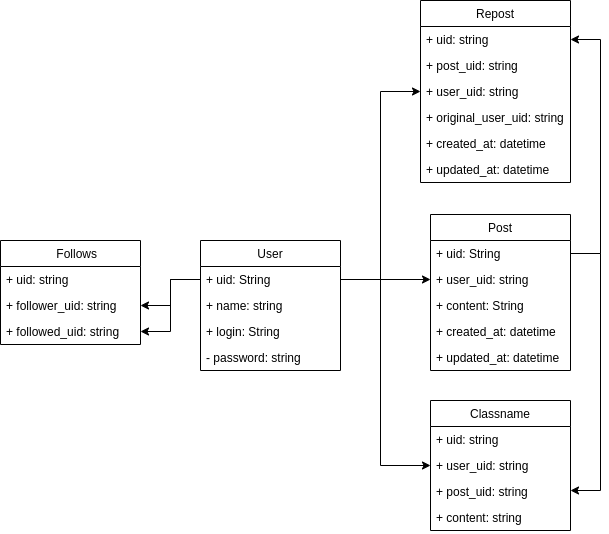
Earlier version of the draw.io export docs/class-document.png (lucca257/desafio-strider). Source tidied: cells renumbered, new cells last; positions are measured from the earlier drawing's top-left corner, leaving out a move shared by most shapes.
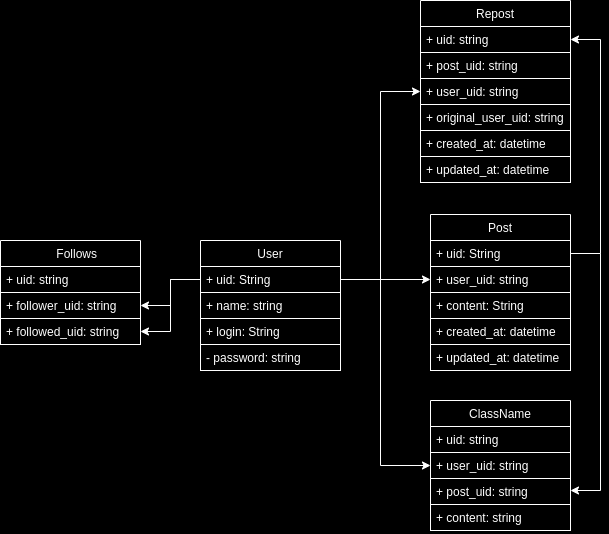
The same diagram one commit later.

Commit message:
feate: class document diagram

The edit, as a diff of the source:
```diff
@@ -1,86 +1,86 @@
-<mxGraphModel>
+<mxGraphModel background="#000000" shadow="1">
   <root>
     <mxCell id="0" />
     <mxCell id="1" parent="0" />
-    <mxCell id="2" value="User" style="swimlane;fontStyle=0;horizontal=1;startSize=26;fillColor=none;" parent="1" vertex="1">
+    <mxCell id="2" value="User" style="swimlane;fontStyle=0;horizontal=1;startSize=26;fillColor=none;strokeColor=#FFFFFF;fontColor=#FFFFFF;" parent="1" vertex="1">
       <mxGeometry x="200" y="240" width="140" height="130" as="geometry" />
     </mxCell>
-    <mxCell id="3" value="+ uid: String " style="text;strokeColor=none;fillColor=none;align=left;verticalAlign=top;spacingLeft=4;spacingRight=4;overflow=hidden;points=[[0,0.5],[1,0.5]];portConstraint=eastwest;" parent="2" vertex="1">
+    <mxCell id="3" value="+ uid: String " style="text;strokeColor=#FFFFFF;fillColor=none;align=left;verticalAlign=top;spacingLeft=4;spacingRight=4;overflow=hidden;points=[[0,0.5],[1,0.5]];portConstraint=eastwest;fontColor=#FFFFFF;" parent="2" vertex="1">
       <mxGeometry y="26" width="140" height="26" as="geometry" />
     </mxCell>
-    <mxCell id="4" value="+ name: string" style="text;strokeColor=none;fillColor=none;align=left;verticalAlign=top;spacingLeft=4;spacingRight=4;overflow=hidden;" parent="2" vertex="1">
+    <mxCell id="4" value="+ name: string" style="text;strokeColor=#FFFFFF;fillColor=none;align=left;verticalAlign=top;spacingLeft=4;spacingRight=4;overflow=hidden;fontColor=#FFFFFF;" parent="2" vertex="1">
       <mxGeometry y="52" width="140" height="26" as="geometry" />
     </mxCell>
-    <mxCell id="5" value="+ login: String" style="text;strokeColor=none;fillColor=none;align=left;verticalAlign=top;spacingLeft=4;spacingRight=4;overflow=hidden;" parent="2" vertex="1">
+    <mxCell id="5" value="+ login: String" style="text;strokeColor=#FFFFFF;fillColor=none;align=left;verticalAlign=top;spacingLeft=4;spacingRight=4;overflow=hidden;fontColor=#FFFFFF;" parent="2" vertex="1">
       <mxGeometry y="78" width="140" height="26" as="geometry" />
     </mxCell>
-    <mxCell id="6" value="- password: string" style="text;strokeColor=none;fillColor=none;align=left;verticalAlign=top;spacingLeft=4;spacingRight=4;overflow=hidden;" parent="2" vertex="1">
+    <mxCell id="6" value="- password: string" style="text;strokeColor=#FFFFFF;fillColor=none;align=left;verticalAlign=top;spacingLeft=4;spacingRight=4;overflow=hidden;fontColor=#FFFFFF;" parent="2" vertex="1">
       <mxGeometry y="104" width="140" height="26" as="geometry" />
     </mxCell>
-    <mxCell id="7" value="Post" style="swimlane;fontStyle=0;horizontal=1;startSize=26;fillColor=none;" parent="1" vertex="1">
+    <mxCell id="7" value="Post" style="swimlane;fontStyle=0;horizontal=1;startSize=26;fillColor=none;strokeColor=#FFFFFF;fontColor=#FFFFFF;" parent="1" vertex="1">
       <mxGeometry x="430" y="214" width="140" height="156" as="geometry" />
     </mxCell>
-    <mxCell id="8" value="+ uid: String " style="text;strokeColor=none;fillColor=none;align=left;verticalAlign=top;spacingLeft=4;spacingRight=4;overflow=hidden;points=[[0,0.5],[1,0.5]];portConstraint=eastwest;" parent="7" vertex="1">
+    <mxCell id="8" value="+ uid: String " style="text;strokeColor=#FFFFFF;fillColor=none;align=left;verticalAlign=top;spacingLeft=4;spacingRight=4;overflow=hidden;points=[[0,0.5],[1,0.5]];portConstraint=eastwest;fontColor=#FFFFFF;" parent="7" vertex="1">
       <mxGeometry y="26" width="140" height="26" as="geometry" />
     </mxCell>
-    <mxCell id="9" value="+ user_uid: string" style="text;strokeColor=none;fillColor=none;align=left;verticalAlign=top;spacingLeft=4;spacingRight=4;overflow=hidden;points=[[0,0.5],[1,0.5]];portConstraint=eastwest;" parent="7" vertex="1">
+    <mxCell id="9" value="+ user_uid: string" style="text;strokeColor=#FFFFFF;fillColor=none;align=left;verticalAlign=top;spacingLeft=4;spacingRight=4;overflow=hidden;points=[[0,0.5],[1,0.5]];portConstraint=eastwest;fontColor=#FFFFFF;" parent="7" vertex="1">
       <mxGeometry y="52" width="140" height="26" as="geometry" />
     </mxCell>
-    <mxCell id="10" value="+ content: String" style="text;strokeColor=none;fillColor=none;align=left;verticalAlign=top;spacingLeft=4;spacingRight=4;overflow=hidden;" parent="7" vertex="1">
+    <mxCell id="10" value="+ content: String" style="text;strokeColor=#FFFFFF;fillColor=none;align=left;verticalAlign=top;spacingLeft=4;spacingRight=4;overflow=hidden;fontColor=#FFFFFF;" parent="7" vertex="1">
       <mxGeometry y="78" width="140" height="26" as="geometry" />
     </mxCell>
-    <mxCell id="11" value="+ created_at: datetime " style="text;strokeColor=none;fillColor=none;align=left;verticalAlign=top;spacingLeft=4;spacingRight=4;overflow=hidden;" parent="7" vertex="1">
+    <mxCell id="11" value="+ created_at: datetime " style="text;strokeColor=#FFFFFF;fillColor=none;align=left;verticalAlign=top;spacingLeft=4;spacingRight=4;overflow=hidden;fontColor=#FFFFFF;" parent="7" vertex="1">
       <mxGeometry y="104" width="140" height="26" as="geometry" />
     </mxCell>
-    <mxCell id="12" value="+ updated_at: datetime " style="text;strokeColor=none;fillColor=none;align=left;verticalAlign=top;spacingLeft=4;spacingRight=4;overflow=hidden;" parent="7" vertex="1">
+    <mxCell id="12" value="+ updated_at: datetime " style="text;strokeColor=#FFFFFF;fillColor=none;align=left;verticalAlign=top;spacingLeft=4;spacingRight=4;overflow=hidden;fontColor=#FFFFFF;" parent="7" vertex="1">
       <mxGeometry y="130" width="140" height="26" as="geometry" />
     </mxCell>
-    <mxCell id="13" style="edgeStyle=orthogonalEdgeStyle;rounded=0;jettySize=auto;html=1;strokeWidth=1;" parent="1" edge="1" source="3" target="9">
+    <mxCell id="13" style="edgeStyle=orthogonalEdgeStyle;rounded=0;jettySize=auto;html=1;strokeWidth=1;strokeColor=#FFFFFF;fontColor=#FFFFFF;" parent="1" edge="1" source="3" target="9">
       <mxGeometry relative="1" as="geometry" />
     </mxCell>
-    <mxCell id="14" value="    Follows" style="swimlane;fontStyle=0;horizontal=1;startSize=26;fillColor=none;strokeColor=default;" parent="1" vertex="1">
+    <mxCell id="14" value="    Follows" style="swimlane;fontStyle=0;horizontal=1;startSize=26;fillColor=none;strokeColor=#FFFFFF;fontColor=#FFFFFF;" parent="1" vertex="1">
       <mxGeometry y="240" width="140" height="104" as="geometry" />
     </mxCell>
-    <mxCell id="15" value="+ uid: string" style="text;strokeColor=none;fillColor=none;align=left;verticalAlign=top;spacingLeft=4;spacingRight=4;overflow=hidden;" parent="14" vertex="1">
+    <mxCell id="15" value="+ uid: string" style="text;strokeColor=#FFFFFF;fillColor=none;align=left;verticalAlign=top;spacingLeft=4;spacingRight=4;overflow=hidden;fontColor=#FFFFFF;" parent="14" vertex="1">
       <mxGeometry y="26" width="140" height="26" as="geometry" />
     </mxCell>
-    <mxCell id="16" value="+ follower_uid: string" style="text;strokeColor=none;fillColor=none;align=left;verticalAlign=top;spacingLeft=4;spacingRight=4;overflow=hidden;points=[[0,0.5],[1,0.5]];portConstraint=eastwest;" parent="14" vertex="1">
+    <mxCell id="16" value="+ follower_uid: string" style="text;strokeColor=#FFFFFF;fillColor=none;align=left;verticalAlign=top;spacingLeft=4;spacingRight=4;overflow=hidden;points=[[0,0.5],[1,0.5]];portConstraint=eastwest;fontColor=#FFFFFF;" parent="14" vertex="1">
       <mxGeometry y="52" width="140" height="26" as="geometry" />
     </mxCell>
-    <mxCell id="17" value="+ followed_uid: string" style="text;strokeColor=none;fillColor=none;align=left;verticalAlign=top;spacingLeft=4;spacingRight=4;overflow=hidden;points=[[0,0.5],[1,0.5]];portConstraint=eastwest;" parent="14" vertex="1">
+    <mxCell id="17" value="+ followed_uid: string" style="text;strokeColor=#FFFFFF;fillColor=none;align=left;verticalAlign=top;spacingLeft=4;spacingRight=4;overflow=hidden;points=[[0,0.5],[1,0.5]];portConstraint=eastwest;fontColor=#FFFFFF;" parent="14" vertex="1">
       <mxGeometry y="78" width="140" height="26" as="geometry" />
     </mxCell>
-    <mxCell id="18" style="edgeStyle=orthogonalEdgeStyle;rounded=0;jettySize=auto;html=1;strokeWidth=1;" parent="1" edge="1" source="3" target="16">
+    <mxCell id="18" style="edgeStyle=orthogonalEdgeStyle;rounded=0;jettySize=auto;html=1;strokeWidth=1;strokeColor=#FFFFFF;fontColor=#FFFFFF;" parent="1" edge="1" source="3" target="16">
       <mxGeometry relative="1" as="geometry" />
     </mxCell>
-    <mxCell id="19" style="edgeStyle=orthogonalEdgeStyle;rounded=0;jettySize=auto;html=1;entryX=1;entryY=0.5;entryDx=0;entryDy=0;strokeWidth=1;" parent="1" edge="1" source="3" target="17">
+    <mxCell id="19" style="edgeStyle=orthogonalEdgeStyle;rounded=0;jettySize=auto;html=1;entryX=1;entryY=0.5;entryDx=0;entryDy=0;strokeWidth=1;strokeColor=#FFFFFF;fontColor=#FFFFFF;" parent="1" edge="1" source="3" target="17">
       <mxGeometry relative="1" as="geometry" />
     </mxCell>
-    <mxCell id="20" value="Repost" style="swimlane;fontStyle=0;horizontal=1;startSize=26;fillColor=none;strokeColor=default;" parent="1" vertex="1">
+    <mxCell id="20" value="Repost" style="swimlane;fontStyle=0;horizontal=1;startSize=26;fillColor=none;strokeColor=#FFFFFF;fontColor=#FFFFFF;" parent="1" vertex="1">
       <mxGeometry x="420" width="150" height="182" as="geometry" />
     </mxCell>
-    <mxCell id="21" value="+ uid: string" style="text;strokeColor=none;fillColor=none;align=left;verticalAlign=top;spacingLeft=4;spacingRight=4;overflow=hidden;points=[[0,0.5],[1,0.5]];portConstraint=eastwest;" parent="20" vertex="1">
+    <mxCell id="21" value="+ uid: string" style="text;strokeColor=#FFFFFF;fillColor=none;align=left;verticalAlign=top;spacingLeft=4;spacingRight=4;overflow=hidden;points=[[0,0.5],[1,0.5]];portConstraint=eastwest;fontColor=#FFFFFF;" parent="20" vertex="1">
       <mxGeometry y="26" width="150" height="26" as="geometry" />
     </mxCell>
-    <mxCell id="22" value="+ post_uid: string" style="text;strokeColor=none;fillColor=none;align=left;verticalAlign=top;spacingLeft=4;spacingRight=4;overflow=hidden;" parent="20" vertex="1">
+    <mxCell id="22" value="+ post_uid: string" style="text;strokeColor=#FFFFFF;fillColor=none;align=left;verticalAlign=top;spacingLeft=4;spacingRight=4;overflow=hidden;fontColor=#FFFFFF;" parent="20" vertex="1">
       <mxGeometry y="52" width="150" height="26" as="geometry" />
     </mxCell>
-    <mxCell id="23" value="+ user_uid: string" style="text;strokeColor=none;fillColor=none;align=left;verticalAlign=top;spacingLeft=4;spacingRight=4;overflow=hidden;points=[[0,0.5],[1,0.5]];portConstraint=eastwest;" parent="20" vertex="1">
+    <mxCell id="23" value="+ user_uid: string" style="text;strokeColor=#FFFFFF;fillColor=none;align=left;verticalAlign=top;spacingLeft=4;spacingRight=4;overflow=hidden;points=[[0,0.5],[1,0.5]];portConstraint=eastwest;fontColor=#FFFFFF;" parent="20" vertex="1">
       <mxGeometry y="78" width="150" height="26" as="geometry" />
     </mxCell>
-    <mxCell id="24" value="+ original_user_uid: string" style="text;strokeColor=none;fillColor=none;align=left;verticalAlign=top;spacingLeft=4;spacingRight=4;overflow=hidden;" parent="20" vertex="1">
+    <mxCell id="24" value="+ original_user_uid: string" style="text;strokeColor=#FFFFFF;fillColor=none;align=left;verticalAlign=top;spacingLeft=4;spacingRight=4;overflow=hidden;fontColor=#FFFFFF;" parent="20" vertex="1">
       <mxGeometry y="104" width="150" height="26" as="geometry" />
     </mxCell>
-    <mxCell id="25" value="+ created_at: datetime " style="text;strokeColor=none;fillColor=none;align=left;verticalAlign=top;spacingLeft=4;spacingRight=4;overflow=hidden;" parent="20" vertex="1">
+    <mxCell id="25" value="+ created_at: datetime " style="text;strokeColor=#FFFFFF;fillColor=none;align=left;verticalAlign=top;spacingLeft=4;spacingRight=4;overflow=hidden;fontColor=#FFFFFF;" parent="20" vertex="1">
       <mxGeometry y="130" width="150" height="26" as="geometry" />
     </mxCell>
-    <mxCell id="26" value="+ updated_at: datetime " style="text;strokeColor=none;fillColor=none;align=left;verticalAlign=top;spacingLeft=4;spacingRight=4;overflow=hidden;" parent="20" vertex="1">
+    <mxCell id="26" value="+ updated_at: datetime " style="text;strokeColor=#FFFFFF;fillColor=none;align=left;verticalAlign=top;spacingLeft=4;spacingRight=4;overflow=hidden;fontColor=#FFFFFF;" parent="20" vertex="1">
       <mxGeometry y="156" width="150" height="26" as="geometry" />
     </mxCell>
-    <mxCell id="27" style="edgeStyle=orthogonalEdgeStyle;rounded=0;jettySize=auto;html=1;strokeWidth=1;" parent="1" edge="1" source="3" target="23">
+    <mxCell id="27" style="edgeStyle=orthogonalEdgeStyle;rounded=0;jettySize=auto;html=1;strokeWidth=1;strokeColor=#FFFFFF;fontColor=#FFFFFF;" parent="1" edge="1" source="3" target="23">
       <mxGeometry relative="1" as="geometry" />
     </mxCell>
-    <mxCell id="28" style="edgeStyle=orthogonalEdgeStyle;rounded=0;jettySize=auto;html=1;entryX=1;entryY=0.5;entryDx=0;entryDy=0;strokeWidth=1;" parent="1" edge="1" source="8" target="21">
+    <mxCell id="28" style="edgeStyle=orthogonalEdgeStyle;rounded=0;jettySize=auto;html=1;entryX=1;entryY=0.5;entryDx=0;entryDy=0;strokeWidth=1;strokeColor=#FFFFFF;fontColor=#FFFFFF;" parent="1" edge="1" source="8" target="21">
       <mxGeometry relative="1" as="geometry">
         <Array as="points">
           <mxPoint x="600" y="253" />
@@ -88,22 +88,22 @@
         </Array>
       </mxGeometry>
     </mxCell>
-    <mxCell id="29" value="Classname" style="swimlane;fontStyle=0;horizontal=1;startSize=26;fillColor=none;fontColor=none;strokeColor=default;" parent="1" vertex="1">
+    <mxCell id="29" value="ClassName" style="swimlane;fontStyle=0;horizontal=1;startSize=26;fillColor=none;fontColor=#FFFFFF;strokeColor=#FFFFFF;" parent="1" vertex="1">
       <mxGeometry x="430" y="400" width="140" height="130" as="geometry" />
     </mxCell>
-    <mxCell id="30" value="+ uid: string" style="text;strokeColor=none;fillColor=none;align=left;verticalAlign=top;spacingLeft=4;spacingRight=4;overflow=hidden;" parent="29" vertex="1">
+    <mxCell id="30" value="+ uid: string" style="text;strokeColor=#FFFFFF;fillColor=none;align=left;verticalAlign=top;spacingLeft=4;spacingRight=4;overflow=hidden;fontColor=#FFFFFF;" parent="29" vertex="1">
       <mxGeometry y="26" width="140" height="26" as="geometry" />
     </mxCell>
-    <mxCell id="31" value="+ user_uid: string" style="text;strokeColor=none;fillColor=none;align=left;verticalAlign=top;spacingLeft=4;spacingRight=4;overflow=hidden;points=[[0,0.5],[1,0.5]];portConstraint=eastwest;" parent="29" vertex="1">
+    <mxCell id="31" value="+ user_uid: string" style="text;strokeColor=#FFFFFF;fillColor=none;align=left;verticalAlign=top;spacingLeft=4;spacingRight=4;overflow=hidden;points=[[0,0.5],[1,0.5]];portConstraint=eastwest;fontColor=#FFFFFF;" parent="29" vertex="1">
       <mxGeometry y="52" width="140" height="26" as="geometry" />
     </mxCell>
-    <mxCell id="32" value="+ post_uid: string" style="text;strokeColor=none;fillColor=none;align=left;verticalAlign=top;spacingLeft=4;spacingRight=4;overflow=hidden;points=[[0,0.5],[1,0.5]];portConstraint=eastwest;" parent="29" vertex="1">
+    <mxCell id="32" value="+ post_uid: string" style="text;strokeColor=#FFFFFF;fillColor=none;align=left;verticalAlign=top;spacingLeft=4;spacingRight=4;overflow=hidden;points=[[0,0.5],[1,0.5]];portConstraint=eastwest;fontColor=#FFFFFF;" parent="29" vertex="1">
       <mxGeometry y="78" width="140" height="26" as="geometry" />
     </mxCell>
-    <mxCell id="33" value="+ content: string" style="text;strokeColor=none;fillColor=none;align=left;verticalAlign=top;spacingLeft=4;spacingRight=4;overflow=hidden;" parent="29" vertex="1">
+    <mxCell id="33" value="+ content: string" style="text;strokeColor=#FFFFFF;fillColor=none;align=left;verticalAlign=top;spacingLeft=4;spacingRight=4;overflow=hidden;fontColor=#FFFFFF;" parent="29" vertex="1">
       <mxGeometry y="104" width="140" height="26" as="geometry" />
     </mxCell>
-    <mxCell id="34" style="edgeStyle=orthogonalEdgeStyle;rounded=0;jettySize=auto;html=1;entryX=0;entryY=0.5;entryDx=0;entryDy=0;fontColor=none;strokeWidth=1;" parent="1" edge="1" source="3" target="31">
+    <mxCell id="34" style="edgeStyle=orthogonalEdgeStyle;rounded=0;jettySize=auto;html=1;entryX=0;entryY=0.5;entryDx=0;entryDy=0;fontColor=#FFFFFF;strokeWidth=1;strokeColor=#FFFFFF;" parent="1" edge="1" source="3" target="31">
       <mxGeometry relative="1" as="geometry">
         <Array as="points">
           <mxPoint x="380" y="279" />
@@ -111,7 +111,7 @@
         </Array>
       </mxGeometry>
     </mxCell>
-    <mxCell id="35" style="edgeStyle=orthogonalEdgeStyle;rounded=0;jettySize=auto;html=1;fontColor=none;strokeWidth=1;" parent="1" edge="1" source="8" target="32">
+    <mxCell id="35" style="edgeStyle=orthogonalEdgeStyle;rounded=0;jettySize=auto;html=1;fontColor=#FFFFFF;strokeWidth=1;strokeColor=#FFFFFF;" parent="1" edge="1" source="8" target="32">
       <mxGeometry relative="1" as="geometry">
         <Array as="points">
           <mxPoint x="600" y="253" />
```
